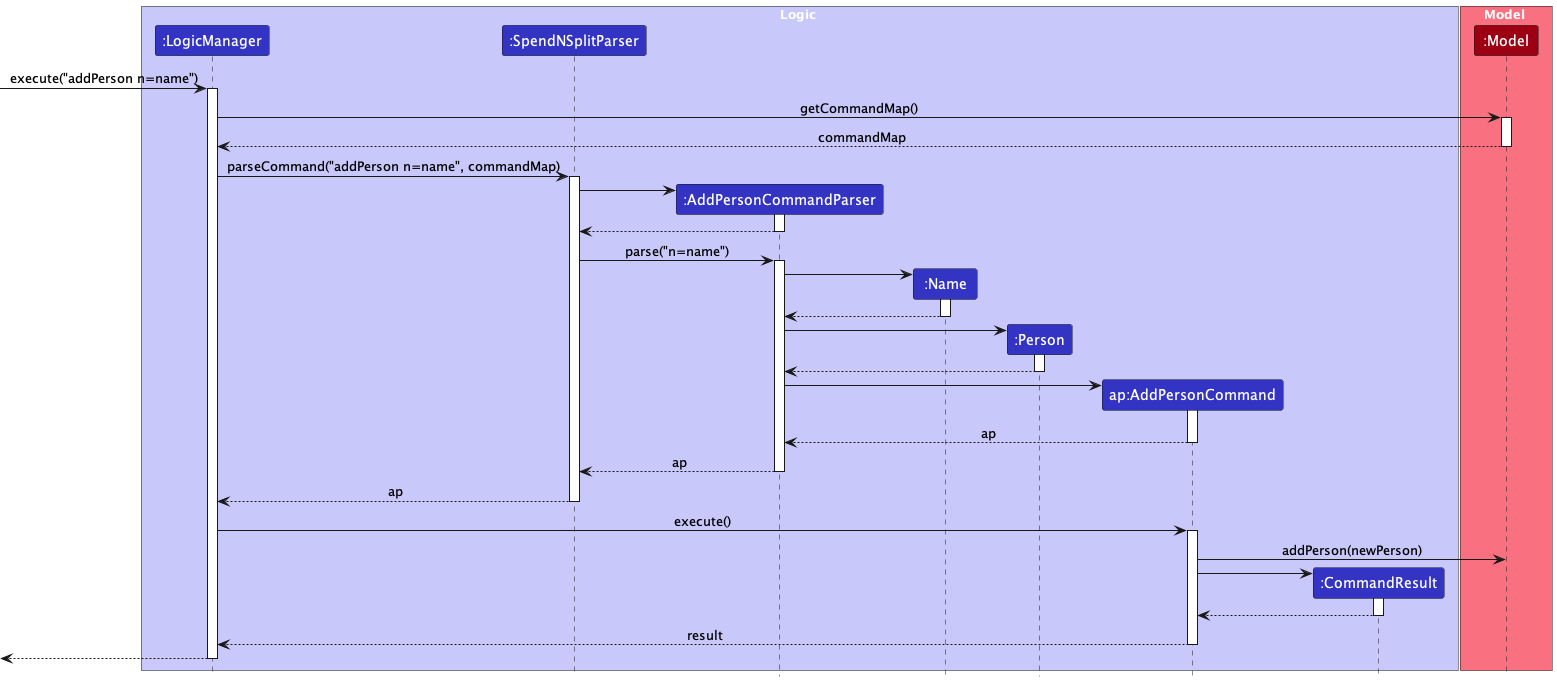
Above: docs/images/AddPersonSequenceDiagram.png in wui-hong/tp (PlantUML), before the change.
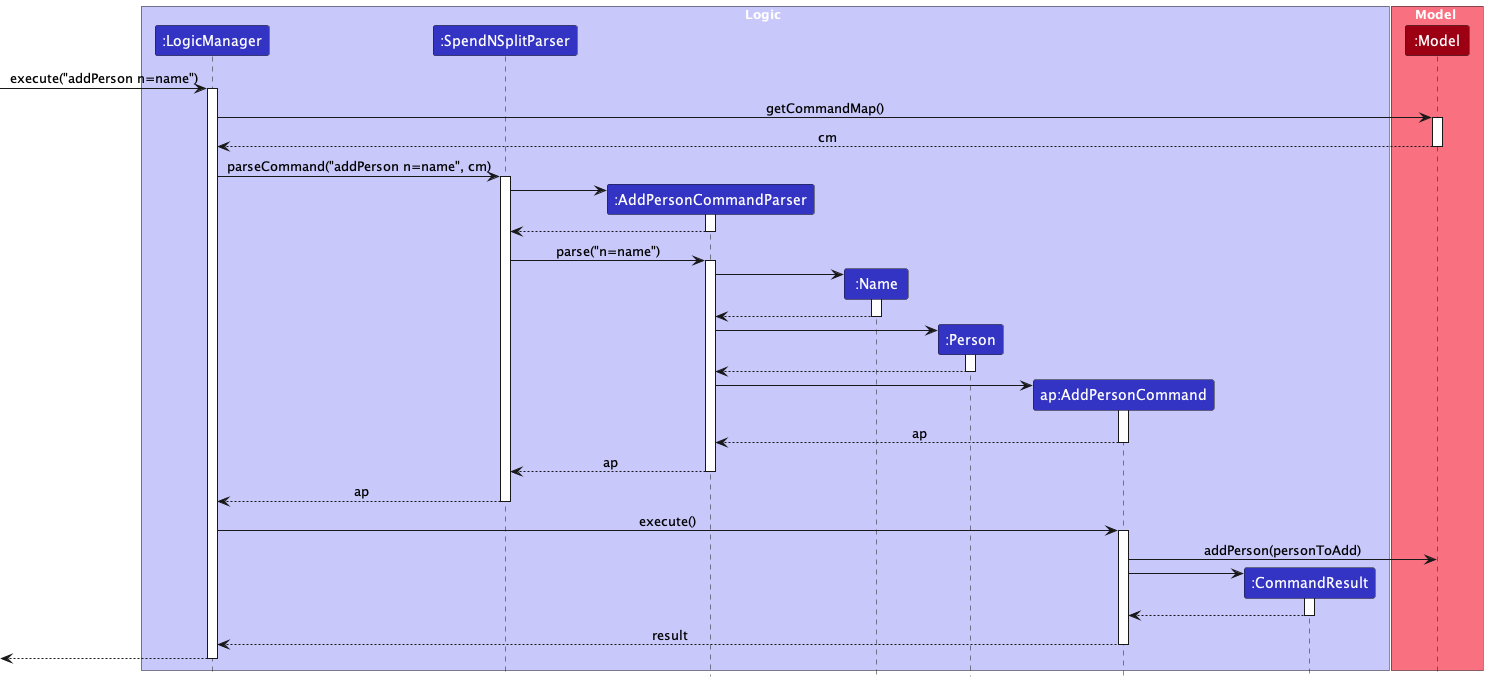
The same diagram one commit later.

Commit message:
Shorten sequence diagrams

What changed in the source:
```diff
@@ -21,10 +21,10 @@
 
 LogicManager -> Model : getCommandMap()
 activate Model
-Model --> LogicManager : commandMap
+Model --> LogicManager : cm
 deactivate Model
 
-LogicManager -> SpendNSplitParser : parseCommand("addPerson n=name", commandMap)
+LogicManager -> SpendNSplitParser : parseCommand("addPerson n=name", cm)
 activate SpendNSplitParser
 
 create AddPersonCommandParser
@@ -65,7 +65,7 @@
 LogicManager -> AddPersonCommand : execute()
 activate AddPersonCommand
 
-AddPersonCommand -> Model : addPerson(newPerson)
+AddPersonCommand -> Model : addPerson(personToAdd)
 
 
 create CommandResult
```
